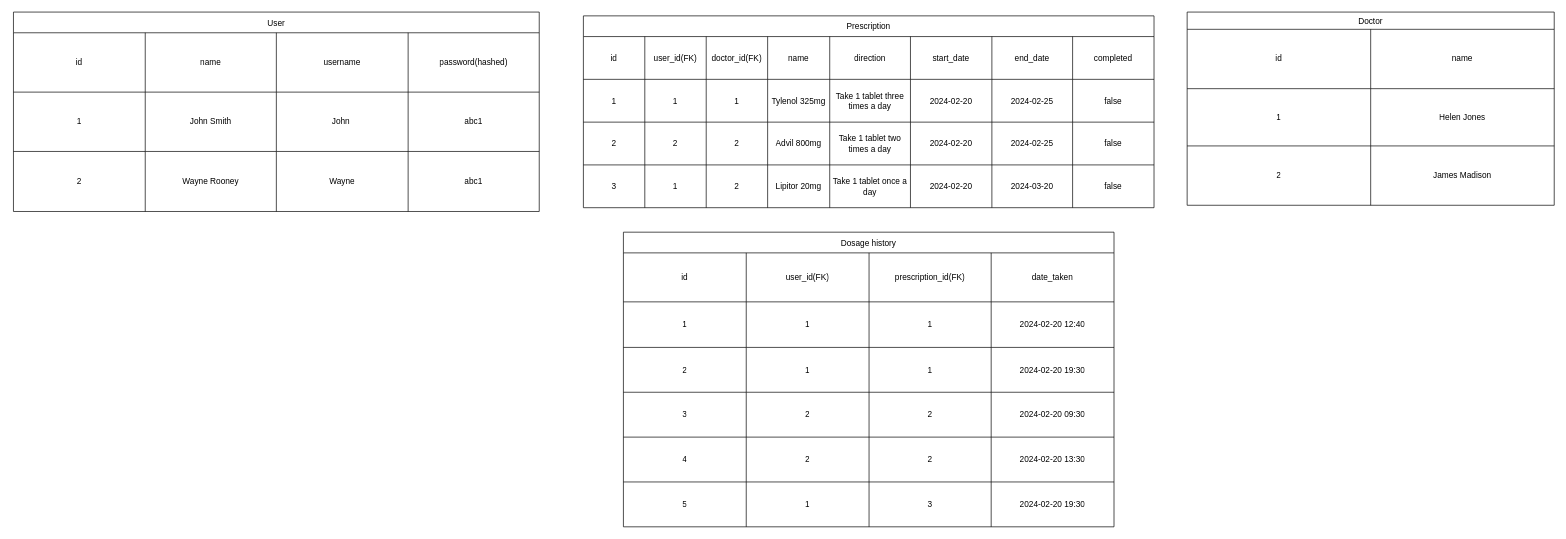
tkim0615/pill-manager-app keeps this draw.io diagram as Pill.drawio. Above is the earlier version. Source tidied: cells renumbered, new cells numbered last; positions are measured from the earlier drawing's top-left corner, leaving out a move shared by most shapes. Both pictures are drawn from the tidied source at 69%, with x=0, y=0 at pixel (13, 12).
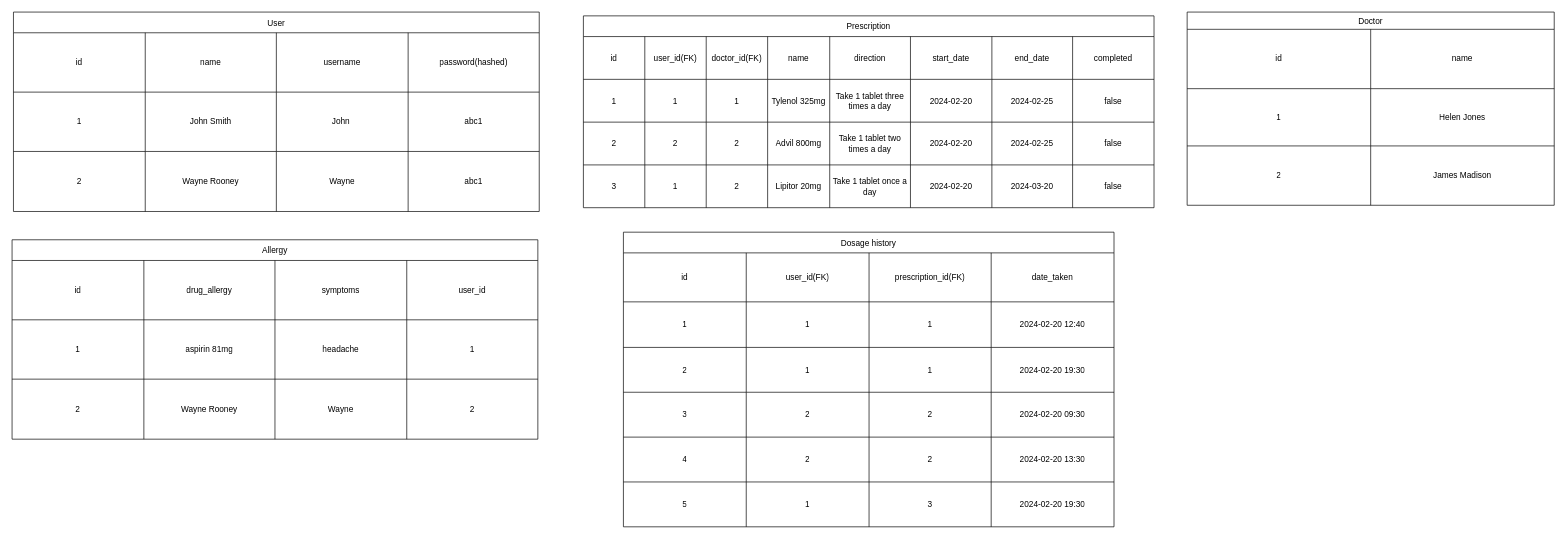
Above is the later version.

Commit message (it also covers changes not shown here):
edited erd and model io

Diff of the diagram source:
```diff
@@
+    <mxCell id="96" value="Allergy" style="shape=table;startSize=30;childLayout=tableLayout;" parent="1" vertex="1">
+      <mxGeometry x="-2" y="330" width="762" height="289" as="geometry" />
+    </mxCell>
+    <mxCell id="97" style="shape=tableRow;horizontal=0;startSize=0;swimlaneHead=0;swimlaneBody=0;top=0;left=0;bottom=0;right=0;fillColor=none;" parent="96" vertex="1">
+      <mxGeometry y="30" width="762" height="86" as="geometry" />
+    </mxCell>
+    <mxCell id="98" value="id" style="shape=partialRectangle;html=1;whiteSpace=wrap;overflow=hidden;fillColor=none;top=0;left=0;bottom=0;right=0;" parent="97" vertex="1">
+      <mxGeometry width="191" height="86" as="geometry" />
+    </mxCell>
+    <mxCell id="99" value="drug_allergy" style="shape=partialRectangle;html=1;whiteSpace=wrap;overflow=hidden;fillColor=none;top=0;left=0;bottom=0;right=0;" parent="97" vertex="1">
+      <mxGeometry x="191" width="190" height="86" as="geometry" />
+    </mxCell>
+    <mxCell id="100" value="symptoms" style="shape=partialRectangle;html=1;whiteSpace=wrap;overflow=hidden;fillColor=none;top=0;left=0;bottom=0;right=0;" parent="97" vertex="1">
+      <mxGeometry x="381" width="191" height="86" as="geometry" />
+    </mxCell>
+    <mxCell id="101" value="user_id" style="shape=partialRectangle;html=1;whiteSpace=wrap;overflow=hidden;fillColor=none;top=0;left=0;bottom=0;right=0;" parent="97" vertex="1">
+      <mxGeometry x="572" width="190" height="86" as="geometry" />
+    </mxCell>
+    <mxCell id="102" style="shape=tableRow;horizontal=0;startSize=0;swimlaneHead=0;swimlaneBody=0;top=0;left=0;bottom=0;right=0;fillColor=none;" parent="96" vertex="1">
+      <mxGeometry y="116" width="762" height="86" as="geometry" />
+    </mxCell>
+    <mxCell id="103" value="1" style="shape=partialRectangle;html=1;whiteSpace=wrap;overflow=hidden;fillColor=none;top=0;left=0;bottom=0;right=0;" parent="102" vertex="1">
+      <mxGeometry width="191" height="86" as="geometry" />
+    </mxCell>
+    <mxCell id="104" value="aspirin 81mg" style="shape=partialRectangle;html=1;whiteSpace=wrap;overflow=hidden;fillColor=none;top=0;left=0;bottom=0;right=0;" parent="102" vertex="1">
+      <mxGeometry x="191" width="190" height="86" as="geometry" />
+    </mxCell>
+    <mxCell id="105" value="headache" style="shape=partialRectangle;html=1;whiteSpace=wrap;overflow=hidden;fillColor=none;top=0;left=0;bottom=0;right=0;" parent="102" vertex="1">
+      <mxGeometry x="381" width="191" height="86" as="geometry" />
+    </mxCell>
+    <mxCell id="106" value="1" style="shape=partialRectangle;html=1;whiteSpace=wrap;overflow=hidden;fillColor=none;top=0;left=0;bottom=0;right=0;" parent="102" vertex="1">
+      <mxGeometry x="572" width="190" height="86" as="geometry" />
+    </mxCell>
+    <mxCell id="107" style="shape=tableRow;horizontal=0;startSize=0;swimlaneHead=0;swimlaneBody=0;top=0;left=0;bottom=0;right=0;fillColor=none;" parent="96" vertex="1">
+      <mxGeometry y="202" width="762" height="87" as="geometry" />
+    </mxCell>
+    <mxCell id="108" value="2" style="shape=partialRectangle;html=1;whiteSpace=wrap;overflow=hidden;fillColor=none;top=0;left=0;bottom=0;right=0;" parent="107" vertex="1">
+      <mxGeometry width="191" height="87" as="geometry" />
+    </mxCell>
+    <mxCell id="109" value="Wayne Rooney" style="shape=partialRectangle;html=1;whiteSpace=wrap;overflow=hidden;fillColor=none;top=0;left=0;bottom=0;right=0;" parent="107" vertex="1">
+      <mxGeometry x="191" width="190" height="87" as="geometry" />
+    </mxCell>
+    <mxCell id="110" value="Wayne" style="shape=partialRectangle;html=1;whiteSpace=wrap;overflow=hidden;fillColor=none;top=0;left=0;bottom=0;right=0;" parent="107" vertex="1">
+      <mxGeometry x="381" width="191" height="87" as="geometry" />
+    </mxCell>
+    <mxCell id="111" value="2" style="shape=partialRectangle;html=1;whiteSpace=wrap;overflow=hidden;fillColor=none;top=0;left=0;bottom=0;right=0;" parent="107" vertex="1">
+      <mxGeometry x="572" width="190" height="87" as="geometry" />
+    </mxCell>
```
